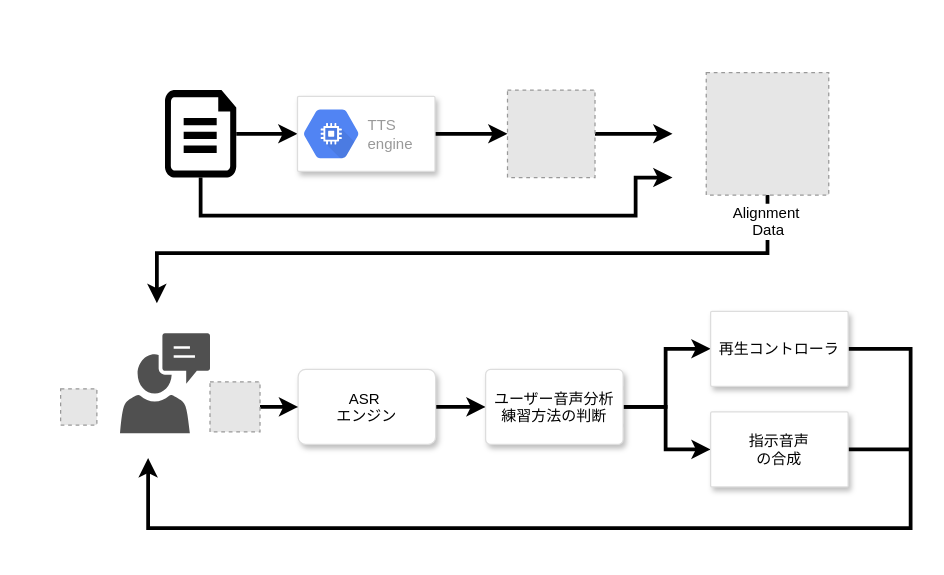
Earlier version of the draw.io diagram withyouflow.drawio (caramucho/drawio-repo). Source tidied: cells renumbered, new cells numbered last; positions are measured from the earlier drawing's top-left corner, leaving out a move shared by most shapes. Both pictures are drawn from the tidied source at 125%, with x=0, y=0 at pixel (60, 72). Pictures stored in the file or linked from it are replaced by grey dashed boxes.
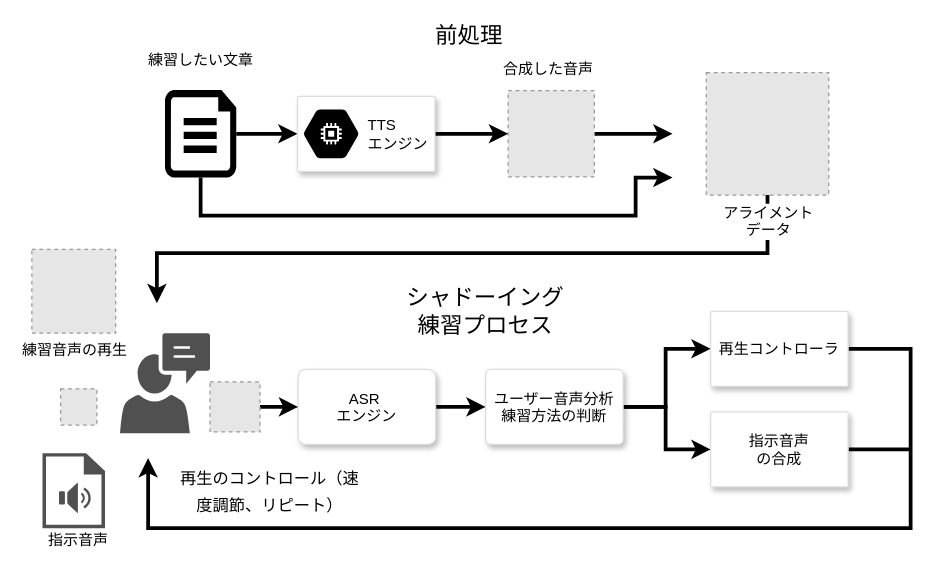
The same page after the edit.

The change refers to these unchanged cells:
```xml
<mxCell id="8" style="strokeColor=#dddddd;fillColor=#ffffff;shadow=1;strokeWidth=1;rounded=1;absoluteArcSize=1;arcSize=2;" parent="1" vertex="1">
  <mxGeometry x="189.5" y="18.5" width="110" height="60" as="geometry" />
</mxCell>
```

Diff of the diagram source:
```diff
@@
     <mxCell id="6" style="fillColor=#E6E6E6;strokeColor=#999999;dashed=1;html=1;verticalAlign=top;verticalLabelPosition=bottom;labelBackgroundColor=#ffffff;" parent="1" vertex="1">
-      <mxGeometry x="357.5" y="13.5" width="70" height="70" as="geometry" />
+      <mxGeometry x="358" y="14" width="69" height="69" as="geometry" />
     </mxCell>
@@
-    <mxCell id="9" value="TTS &lt;br&gt;engine" style="dashed=0;html=1;fillColor=#5184F3;strokeColor=none;shape=mxgraph.gcp2.compute_engine;labelPosition=right;verticalLabelPosition=middle;align=left;verticalAlign=middle;spacingLeft=5;fontColor=#999999;fontSize=12;" parent="8" vertex="1">
+    <mxCell id="9" value="&lt;font color=&quot;#000000&quot;&gt;TTS &lt;br&gt;エンジン&lt;/font&gt;" style="dashed=0;html=1;fillColor=#000000;strokeColor=none;shape=mxgraph.gcp2.compute_engine;labelPosition=right;verticalLabelPosition=middle;align=left;verticalAlign=middle;spacingLeft=5;fontColor=#999999;fontSize=12;" parent="8" vertex="1">
       <mxGeometry y="0.5" width="44" height="39" relative="1" as="geometry">
         <mxPoint x="5" y="-19.5" as="offset" />
       </mxGeometry>
     </mxCell>
@@
-    <mxCell id="24" value="Alignment&amp;nbsp;&lt;br&gt;Data&lt;br&gt;" style="fillColor=#E6E6E6;strokeColor=#999999;dashed=1;html=1;verticalAlign=top;verticalLabelPosition=bottom;labelBackgroundColor=#ffffff;" parent="1" vertex="1">
+    <mxCell id="24" value="アライメント&lt;br&gt;データ&lt;br&gt;" style="fillColor=#E6E6E6;strokeColor=#999999;dashed=1;html=1;verticalAlign=top;verticalLabelPosition=bottom;labelBackgroundColor=#ffffff;" parent="1" vertex="1">
       <mxGeometry x="516.5" y="-0.5" width="98" height="98" as="geometry" />
     </mxCell>
+    <mxCell id="25" value="前処理" style="text;html=1;strokeColor=none;fillColor=none;align=center;verticalAlign=middle;whiteSpace=wrap;rounded=0;strokeWidth=1;fontSize=18;" parent="1" vertex="1">
+      <mxGeometry x="287" y="-40.5" width="80" height="20" as="geometry" />
+    </mxCell>
+    <mxCell id="26" value="練習したい文章" style="text;html=1;strokeColor=none;fillColor=none;align=center;verticalAlign=middle;whiteSpace=wrap;rounded=0;" parent="1" vertex="1">
+      <mxGeometry x="65.5" y="-20" width="93" height="20" as="geometry" />
+    </mxCell>
+    <mxCell id="27" value="合成した音声" style="text;html=1;strokeColor=none;fillColor=none;align=center;verticalAlign=middle;whiteSpace=wrap;rounded=0;" parent="1" vertex="1">
+      <mxGeometry x="352.5" y="-13.5" width="75" height="20" as="geometry" />
+    </mxCell>
+    <mxCell id="28" style="shadow=0;dashed=0;html=1;strokeColor=none;fillColor=#505050;labelPosition=center;verticalLabelPosition=bottom;verticalAlign=top;align=center;shape=mxgraph.office.concepts.sound_file;fontSize=18;" parent="1" vertex="1">
+      <mxGeometry x="-14.5" y="304" width="50" height="60" as="geometry" />
+    </mxCell>
+    <mxCell id="29" value="指示音声&lt;br&gt;" style="text;html=1;strokeColor=none;fillColor=none;align=center;verticalAlign=middle;whiteSpace=wrap;rounded=0;" parent="1" vertex="1">
+      <mxGeometry x="-23" y="364" width="75" height="20" as="geometry" />
+    </mxCell>
+    <mxCell id="30" value="練習音声の再生&lt;br&gt;" style="fillColor=#E6E6E6;strokeColor=#999999;dashed=1;html=1;verticalAlign=top;verticalLabelPosition=bottom;labelBackgroundColor=#ffffff;" parent="1" vertex="1">
+      <mxGeometry x="-23" y="141" width="67" height="67" as="geometry" />
+    </mxCell>
+    <mxCell id="31" value="シャドーイング&lt;br&gt;練習プロセス&lt;br&gt;" style="text;html=1;strokeColor=none;fillColor=none;align=center;verticalAlign=middle;whiteSpace=wrap;rounded=0;strokeWidth=1;fontSize=18;" parent="1" vertex="1">
+      <mxGeometry x="270" y="181" width="140" height="20" as="geometry" />
+    </mxCell>
+    <mxCell id="32" value="&lt;font style=&quot;font-size: 13px&quot;&gt;再生のコントロール（速度調節、リピート）&lt;/font&gt;" style="text;html=1;strokeColor=none;fillColor=none;align=center;verticalAlign=middle;whiteSpace=wrap;rounded=0;fontSize=18;" parent="1" vertex="1">
+      <mxGeometry x="89.5" y="324" width="155" height="20" as="geometry" />
+    </mxCell>
```
